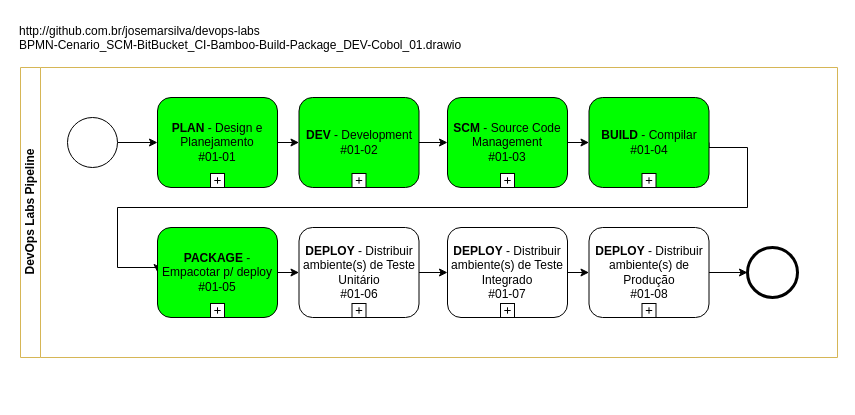
This is doc/BPMN-Cenario_SCM-BitBucket_CI-Bamboo-Build-Package_DEV-Cobol_01.drawio from josemarsilva/devops-labs, a draw.io file, before an edit. Source tidied: cells renumbered, new cells numbered last; positions are measured from the earlier drawing's top-left corner, leaving out a move shared by most shapes. Both pictures are drawn from the tidied source at 100%, with x=0, y=0 at pixel (17, 17).
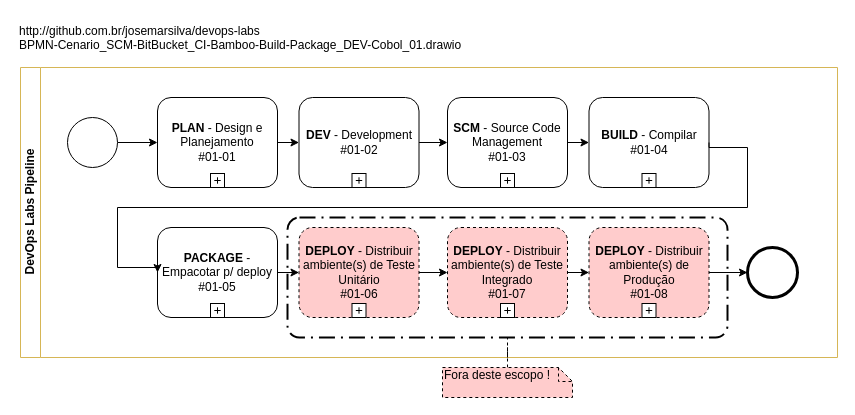
The same page after the edit.

The change refers to these unchanged cells:
```xml
<mxCell id="2" value="DevOps Labs Pipeline" style="swimlane;html=1;horizontal=0;startSize=20;fillColor=none;strokeColor=#d6b656;" parent="1" vertex="1">
  <mxGeometry x="3" y="50" width="817" height="290" as="geometry" />
</mxCell>
```

Change to the diagram source:
```diff
@@
+    <mxCell id="31" style="rounded=1;arcSize=10;dashed=1;strokeColor=#000000;fillColor=none;gradientColor=none;dashPattern=8 3 1 3;strokeWidth=2;" parent="1" vertex="1">
+      <mxGeometry x="270" y="200" width="440" height="120" as="geometry" />
+    </mxCell>
@@
-    <mxCell id="6" value="&lt;b&gt;PLAN&lt;/b&gt; - Design e Planejamento&lt;br&gt;#01-01" style="html=1;whiteSpace=wrap;rounded=1;fillColor=#00FF00;" parent="2" vertex="1">
+    <mxCell id="6" value="&lt;b&gt;PLAN&lt;/b&gt; - Design e Planejamento&lt;br&gt;#01-01" style="html=1;whiteSpace=wrap;rounded=1;fillColor=none;" parent="2" vertex="1">
       <mxGeometry x="137" y="30" width="120" height="90" as="geometry" />
     </mxCell>
@@
-    <mxCell id="9" value="&lt;b&gt;DEV&lt;/b&gt; - Development&lt;br&gt;#01-02" style="html=1;whiteSpace=wrap;rounded=1;fillColor=#00FF00;" parent="2" vertex="1">
+    <mxCell id="9" value="&lt;b&gt;DEV&lt;/b&gt; - Development&lt;br&gt;#01-02" style="html=1;whiteSpace=wrap;rounded=1;fillColor=none;" parent="2" vertex="1">
       <mxGeometry x="278.5" y="30" width="120" height="90" as="geometry" />
     </mxCell>
@@
-    <mxCell id="11" value="&lt;b&gt;SCM&lt;/b&gt; - Source Code Management&lt;br&gt;#01-03" style="html=1;whiteSpace=wrap;rounded=1;fillColor=#00FF00;" parent="2" vertex="1">
+    <mxCell id="11" value="&lt;b&gt;SCM&lt;/b&gt; - Source Code Management&lt;br&gt;#01-03" style="html=1;whiteSpace=wrap;rounded=1;fillColor=none;" parent="2" vertex="1">
       <mxGeometry x="427" y="30" width="120" height="90" as="geometry" />
     </mxCell>
@@
-    <mxCell id="14" value="&lt;b&gt;BUILD&lt;/b&gt; - Compilar&lt;br&gt;#01-04" style="html=1;whiteSpace=wrap;rounded=1;fillColor=#00FF00;" parent="2" vertex="1">
+    <mxCell id="14" value="&lt;b&gt;BUILD&lt;/b&gt; - Compilar&lt;br&gt;#01-04" style="html=1;whiteSpace=wrap;rounded=1;fillColor=none;" parent="2" vertex="1">
       <mxGeometry x="568.5" y="30" width="120" height="90" as="geometry" />
     </mxCell>
@@
-    <mxCell id="17" value="&lt;b&gt;PACKAGE&lt;/b&gt; - &lt;br&gt;Empacotar p/ deploy&lt;br&gt;#01-05" style="html=1;whiteSpace=wrap;rounded=1;fillColor=#00FF00;" parent="2" vertex="1">
+    <mxCell id="17" value="&lt;b&gt;PACKAGE&lt;/b&gt; - &lt;br&gt;Empacotar p/ deploy&lt;br&gt;#01-05" style="html=1;whiteSpace=wrap;rounded=1;fillColor=none;" parent="2" vertex="1">
       <mxGeometry x="137" y="160" width="120" height="90" as="geometry" />
     </mxCell>
@@
-    <mxCell id="19" value="&lt;b&gt;DEPLOY&lt;/b&gt;&amp;nbsp;- Distribuir ambiente(s) de Teste Unitário&lt;br&gt;#01-06" style="html=1;whiteSpace=wrap;rounded=1;" parent="2" vertex="1">
+    <mxCell id="19" value="&lt;b&gt;DEPLOY&lt;/b&gt;&amp;nbsp;- Distribuir ambiente(s) de Teste Unitário&lt;br&gt;#01-06" style="html=1;whiteSpace=wrap;rounded=1;fillColor=#FFCCCC;dashed=1;" parent="2" vertex="1">
       <mxGeometry x="278.5" y="160" width="120" height="90" as="geometry" />
     </mxCell>
@@
-    <mxCell id="22" value="&lt;b&gt;DEPLOY&lt;/b&gt;&amp;nbsp;- Distribuir ambiente(s) de Teste Integrado&lt;br&gt;#01-07" style="html=1;whiteSpace=wrap;rounded=1;" parent="2" vertex="1">
+    <mxCell id="22" value="&lt;b&gt;DEPLOY&lt;/b&gt;&amp;nbsp;- Distribuir ambiente(s) de Teste Integrado&lt;br&gt;#01-07" style="html=1;whiteSpace=wrap;rounded=1;fillColor=#FFCCCC;dashed=1;" parent="2" vertex="1">
       <mxGeometry x="427" y="160" width="120" height="90" as="geometry" />
     </mxCell>
@@
-    <mxCell id="26" value="&lt;b&gt;DEPLOY&lt;/b&gt;&amp;nbsp;- Distribuir ambiente(s) de Produção&lt;br&gt;#01-08" style="html=1;whiteSpace=wrap;rounded=1;" parent="2" vertex="1">
+    <mxCell id="26" value="&lt;b&gt;DEPLOY&lt;/b&gt;&amp;nbsp;- Distribuir ambiente(s) de Produção&lt;br&gt;#01-08" style="html=1;whiteSpace=wrap;rounded=1;fillColor=#FFCCCC;dashed=1;" parent="2" vertex="1">
       <mxGeometry x="568.5" y="160" width="120" height="90" as="geometry" />
     </mxCell>
@@
+    <mxCell id="32" style="edgeStyle=orthogonalEdgeStyle;rounded=0;jettySize=auto;html=1;dashed=1;endArrow=none;endFill=0;" parent="1" edge="1" source="33" target="31">
+      <mxGeometry relative="1" as="geometry" />
+    </mxCell>
+    <mxCell id="33" value="Fora deste escopo !" style="shape=note;whiteSpace=wrap;html=1;size=14;verticalAlign=top;align=left;spacingTop=-6;dashed=1;fillColor=#FFCCCC;" parent="1" vertex="1">
+      <mxGeometry x="425" y="350" width="130" height="30" as="geometry" />
+    </mxCell>
```
